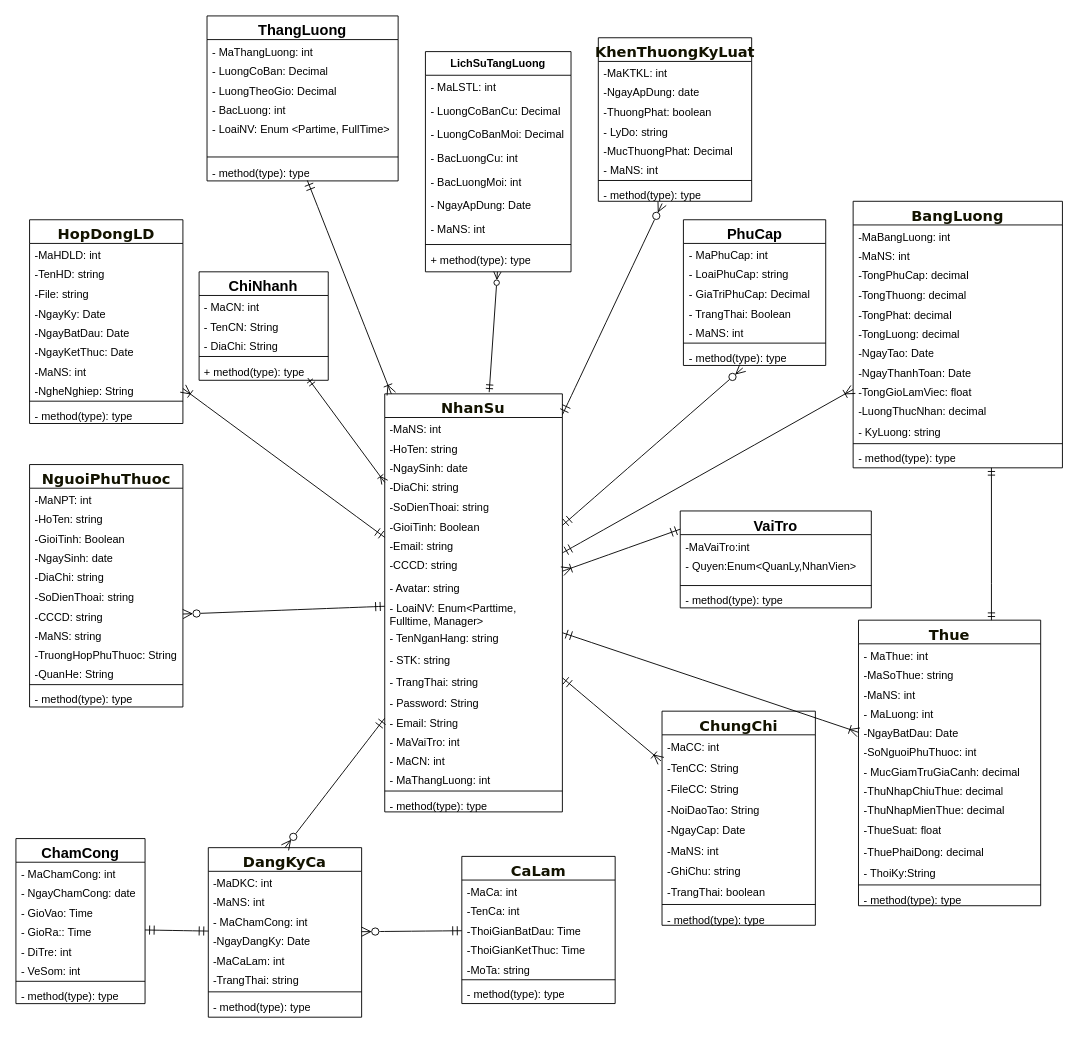
The draw.io diagram Biểu đồ không có tiêu đề.drawio in NguyenMint/LVTN, before the edit. Source tidied: cells renumbered, new cells numbered last; positions are measured from the earlier drawing's top-left corner, leaving out a move shared by most shapes. Both pictures are drawn from the tidied source at 91%, with x=0, y=0 at pixel (15, 15).
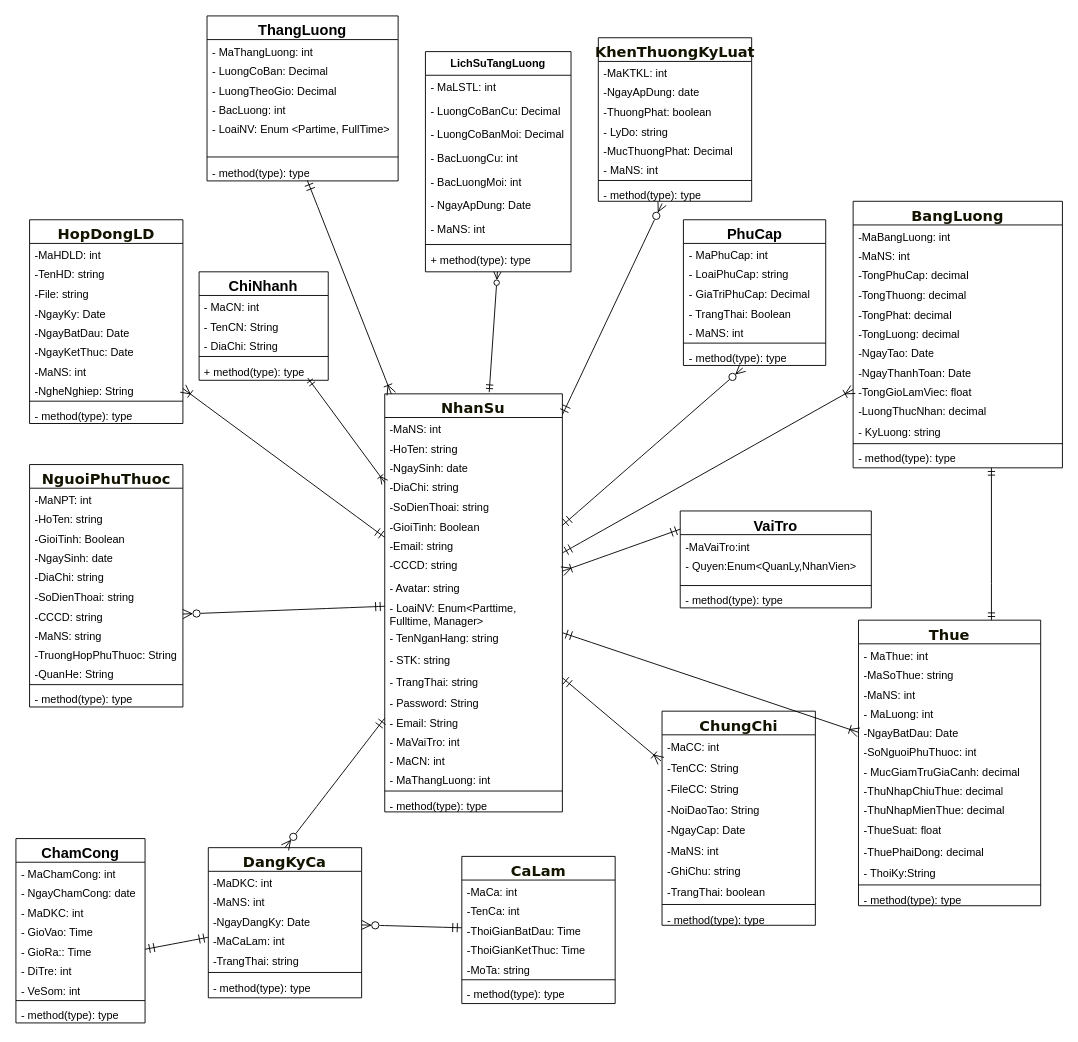
Above is the later version.

Commit message (it also covers changes not shown here):
Cập nhật Biểu đồ không có tiêu đề.drawio

The edit, as a diff of the source:
```diff
@@
     <mxCell id="98" value="&lt;span style=&quot;color: rgb(19, 19, 0); font-family: &amp;quot;trebuchet ms&amp;quot;, verdana, arial, sans-serif; font-size: 16px; text-wrap-mode: nowrap;&quot;&gt;DangKyCa&lt;/span&gt;&lt;div&gt;&lt;span style=&quot;color: rgb(19, 19, 0); font-family: &amp;quot;trebuchet ms&amp;quot;, verdana, arial, sans-serif; font-size: 16px; text-wrap-mode: nowrap;&quot;&gt;&lt;br&gt;&lt;/span&gt;&lt;/div&gt;" style="swimlane;fontStyle=1;align=center;verticalAlign=top;horizontal=1;startSize=26;whiteSpace=wrap;html=1;" parent="1" vertex="1">
-      <mxGeometry x="211.4" y="914" width="168.5" height="186.3" as="geometry" />
+      <mxGeometry x="211.4" y="914" width="168.5" height="165" as="geometry" />
     </mxCell>
@@
-    <mxCell id="101" value="- MaChamCong: int" style="text;strokeColor=none;fillColor=none;align=left;verticalAlign=top;spacingLeft=4;spacingRight=4;overflow=hidden;whiteSpace=wrap;html=1;" parent="98" vertex="1">
-      <mxGeometry y="68.5" width="168.5" height="21.3" as="geometry" />
-    </mxCell>
     <mxCell id="102" value="-NgayDangKy: Date" style="text;strokeColor=none;fillColor=none;align=left;verticalAlign=top;spacingLeft=4;spacingRight=4;overflow=hidden;whiteSpace=wrap;html=1;" parent="98" vertex="1">
-      <mxGeometry y="89.8" width="168.5" height="21.3" as="geometry" />
+      <mxGeometry y="68.5" width="168.5" height="21.3" as="geometry" />
     </mxCell>
     <mxCell id="103" value="-MaCaLam: int" style="text;strokeColor=none;fillColor=none;align=left;verticalAlign=top;spacingLeft=4;spacingRight=4;overflow=hidden;whiteSpace=wrap;html=1;" parent="98" vertex="1">
-      <mxGeometry y="111" width="168.5" height="21.3" as="geometry" />
+      <mxGeometry y="89.8" width="168.5" height="21.3" as="geometry" />
     </mxCell>
     <mxCell id="104" value="-TrangThai: string" style="text;strokeColor=none;fillColor=none;align=left;verticalAlign=top;spacingLeft=4;spacingRight=4;overflow=hidden;whiteSpace=wrap;html=1;" parent="98" vertex="1">
-      <mxGeometry y="132.3" width="168.5" height="22.9" as="geometry" />
+      <mxGeometry y="111" width="168.5" height="22.9" as="geometry" />
     </mxCell>
     <mxCell id="105" style="line;strokeWidth=1;fillColor=none;align=left;verticalAlign=middle;spacingTop=-1;spacingLeft=3;spacingRight=3;labelPosition=right;strokeColor=inherit;" parent="98" vertex="1">
-      <mxGeometry y="155.2" width="168.5" height="6.5" as="geometry" />
+      <mxGeometry y="133.9" width="168.5" height="6.5" as="geometry" />
     </mxCell>
     <mxCell id="106" value="- method(type): type" style="text;strokeColor=none;fillColor=none;align=left;verticalAlign=top;spacingLeft=4;spacingRight=4;overflow=hidden;whiteSpace=wrap;html=1;" parent="98" vertex="1">
-      <mxGeometry y="161.7" width="168.5" height="24.5" as="geometry" />
+      <mxGeometry y="140.5" width="168.5" height="24.5" as="geometry" />
     </mxCell>
@@
     <mxCell id="129" value="&lt;font style=&quot;font-size: 16px;&quot;&gt;ChamCong&lt;/font&gt;" style="swimlane;fontStyle=1;align=center;verticalAlign=top;horizontal=1;startSize=26;whiteSpace=wrap;html=1;" parent="1" vertex="1">
-      <mxGeometry y="904" width="141.9" height="181.4" as="geometry" />
+      <mxGeometry y="904" width="141.9" height="202.6" as="geometry" />
     </mxCell>
@@
+    <mxCell id="174" value="- MaDKC: int" style="text;strokeColor=none;fillColor=none;align=left;verticalAlign=top;spacingLeft=4;spacingRight=4;overflow=hidden;whiteSpace=wrap;html=1;" parent="129" vertex="1">
+      <mxGeometry y="68.5" width="141.9" height="21.3" as="geometry" />
+    </mxCell>
     <mxCell id="132" value="- GioVao: Time&lt;div&gt;&lt;br&gt;&lt;/div&gt;" style="text;strokeColor=none;fillColor=none;align=left;verticalAlign=top;spacingLeft=4;spacingRight=4;overflow=hidden;whiteSpace=wrap;html=1;" parent="129" vertex="1">
-      <mxGeometry y="68.5" width="141.9" height="21.3" as="geometry" />
+      <mxGeometry y="89.8" width="141.9" height="21.3" as="geometry" />
     </mxCell>
     <mxCell id="133" value="- GioRa:: Time&lt;div&gt;&lt;br&gt;&lt;/div&gt;" style="text;strokeColor=none;fillColor=none;align=left;verticalAlign=top;spacingLeft=4;spacingRight=4;overflow=hidden;points=[[0,0.5],[1,0.5]];portConstraint=eastwest;whiteSpace=wrap;html=1;" parent="129" vertex="1">
-      <mxGeometry y="89.8" width="141.9" height="21.3" as="geometry" />
+      <mxGeometry y="111" width="141.9" height="21.3" as="geometry" />
     </mxCell>
     <mxCell id="134" value="- DiTre: int" style="text;strokeColor=none;fillColor=none;align=left;verticalAlign=top;spacingLeft=4;spacingRight=4;overflow=hidden;whiteSpace=wrap;html=1;" parent="129" vertex="1">
-      <mxGeometry y="111" width="141.9" height="21.3" as="geometry" />
+      <mxGeometry y="132.3" width="141.9" height="21.3" as="geometry" />
     </mxCell>
     <mxCell id="135" value="- VeSom: int" style="text;strokeColor=none;fillColor=none;align=left;verticalAlign=top;spacingLeft=4;spacingRight=4;overflow=hidden;whiteSpace=wrap;html=1;" parent="129" vertex="1">
-      <mxGeometry y="132.3" width="141.9" height="21.3" as="geometry" />
+      <mxGeometry y="153.6" width="141.9" height="21.3" as="geometry" />
     </mxCell>
     <mxCell id="136" style="line;strokeWidth=1;fillColor=none;align=left;verticalAlign=middle;spacingTop=-1;spacingLeft=3;spacingRight=3;labelPosition=right;strokeColor=inherit;" parent="129" vertex="1">
-      <mxGeometry y="153.6" width="141.9" height="6.5" as="geometry" />
+      <mxGeometry y="174.8" width="141.9" height="6.5" as="geometry" />
     </mxCell>
     <mxCell id="137" value="- method(type): type" style="text;strokeColor=none;fillColor=none;align=left;verticalAlign=top;spacingLeft=4;spacingRight=4;overflow=hidden;whiteSpace=wrap;html=1;" parent="129" vertex="1">
-      <mxGeometry y="160.1" width="141.9" height="21.3" as="geometry" />
+      <mxGeometry y="181.4" width="141.9" height="21.3" as="geometry" />
     </mxCell>
```
